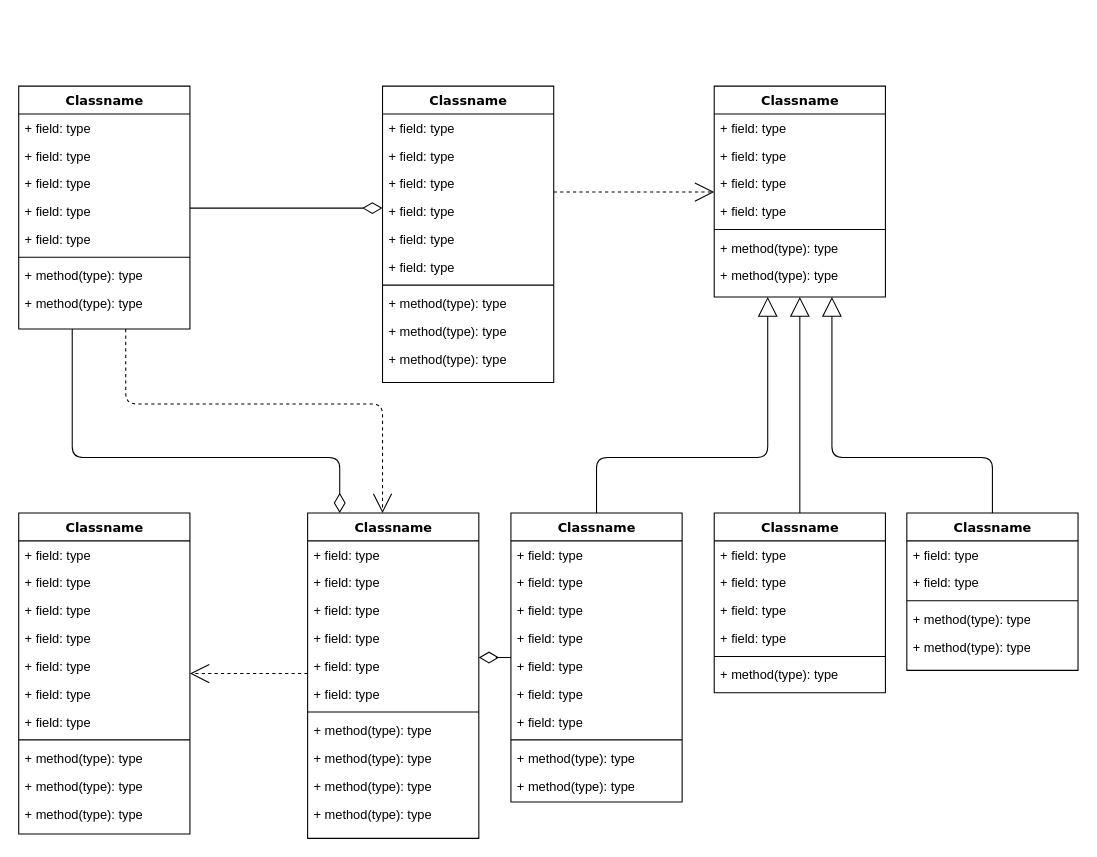
mrrushmatic/draw.io keeps this draw.io diagram as Untitled Diagram.drawio. Above is the earlier version. Source tidied: cells renumbered, new cells numbered last; positions are measured from the earlier drawing's top-left corner, leaving out a move shared by most shapes. Both pictures are drawn from the tidied source at 107%, with x=0, y=0 at pixel (18, 86).
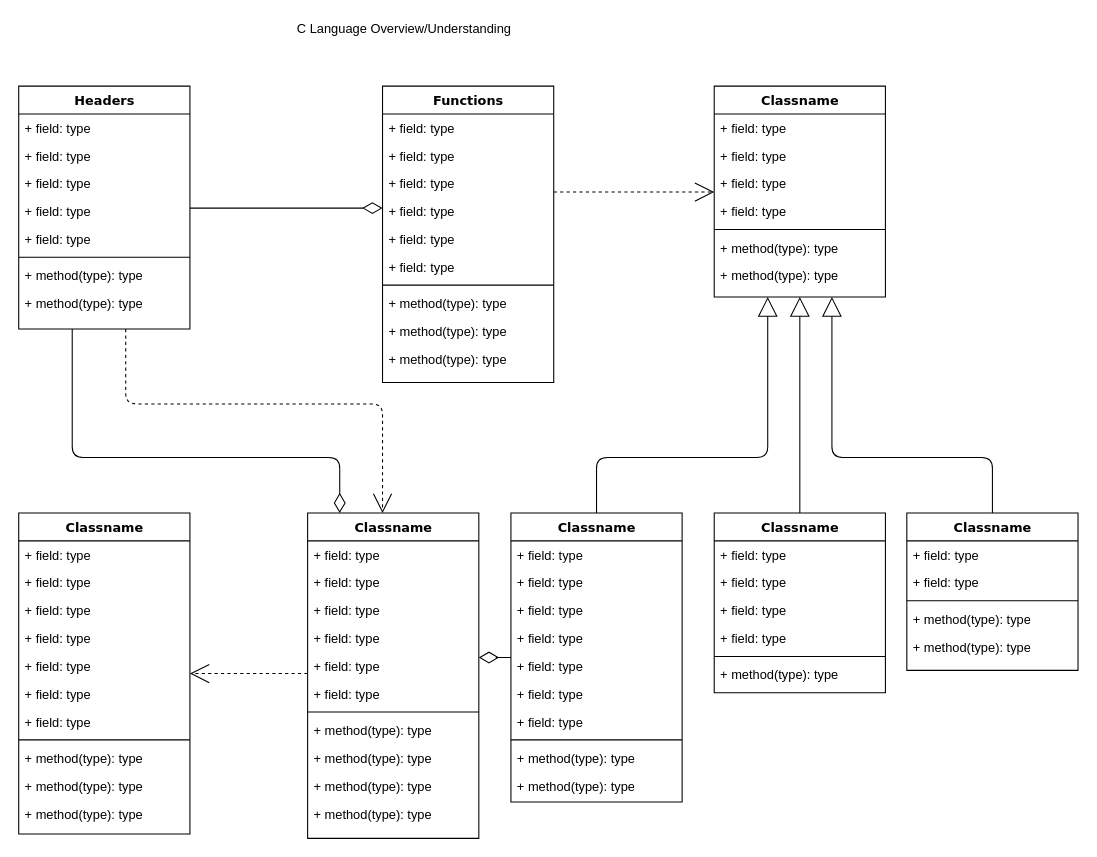
After the change.

Change to the diagram source:
```diff
@@
-    <mxCell id="4" value="Classname" style="swimlane;html=1;fontStyle=1;align=center;verticalAlign=top;horizontal=1;startSize=26;swimlaneFillColor=#ffffff;rounded=0;shadow=0;comic=0;labelBackgroundColor=none;strokeWidth=1;fillColor=none;fontFamily=Verdana;fontSize=12;" parent="1" vertex="1">
+    <mxCell id="4" value="Headers" style="swimlane;html=1;fontStyle=1;align=center;verticalAlign=top;horizontal=1;startSize=26;swimlaneFillColor=#ffffff;rounded=0;shadow=0;comic=0;labelBackgroundColor=none;strokeWidth=1;fillColor=none;fontFamily=Verdana;fontSize=12;" parent="1" vertex="1">
       <mxGeometry width="160" height="227" as="geometry" />
     </mxCell>
@@
-    <mxCell id="14" value="Classname" style="swimlane;html=1;fontStyle=1;align=center;verticalAlign=top;horizontal=1;startSize=26;swimlaneFillColor=#ffffff;rounded=0;shadow=0;comic=0;labelBackgroundColor=none;strokeWidth=1;fillColor=none;fontFamily=Verdana;fontSize=12;" parent="1" vertex="1">
+    <mxCell id="14" value="Functions" style="swimlane;html=1;fontStyle=1;align=center;verticalAlign=top;horizontal=1;startSize=26;swimlaneFillColor=#ffffff;rounded=0;shadow=0;comic=0;labelBackgroundColor=none;strokeWidth=1;fillColor=none;fontFamily=Verdana;fontSize=12;" parent="1" vertex="1">
       <mxGeometry x="340" width="160" height="277" as="geometry" />
     </mxCell>
@@
+    <mxCell id="87" value="C Language Overview/Understanding" style="text;html=1;align=center;verticalAlign=middle;strokeColor=none;fillColor=none;" parent="1" vertex="1">
+      <mxGeometry x="250" y="-63" width="220" height="20" as="geometry" />
+    </mxCell>
```
